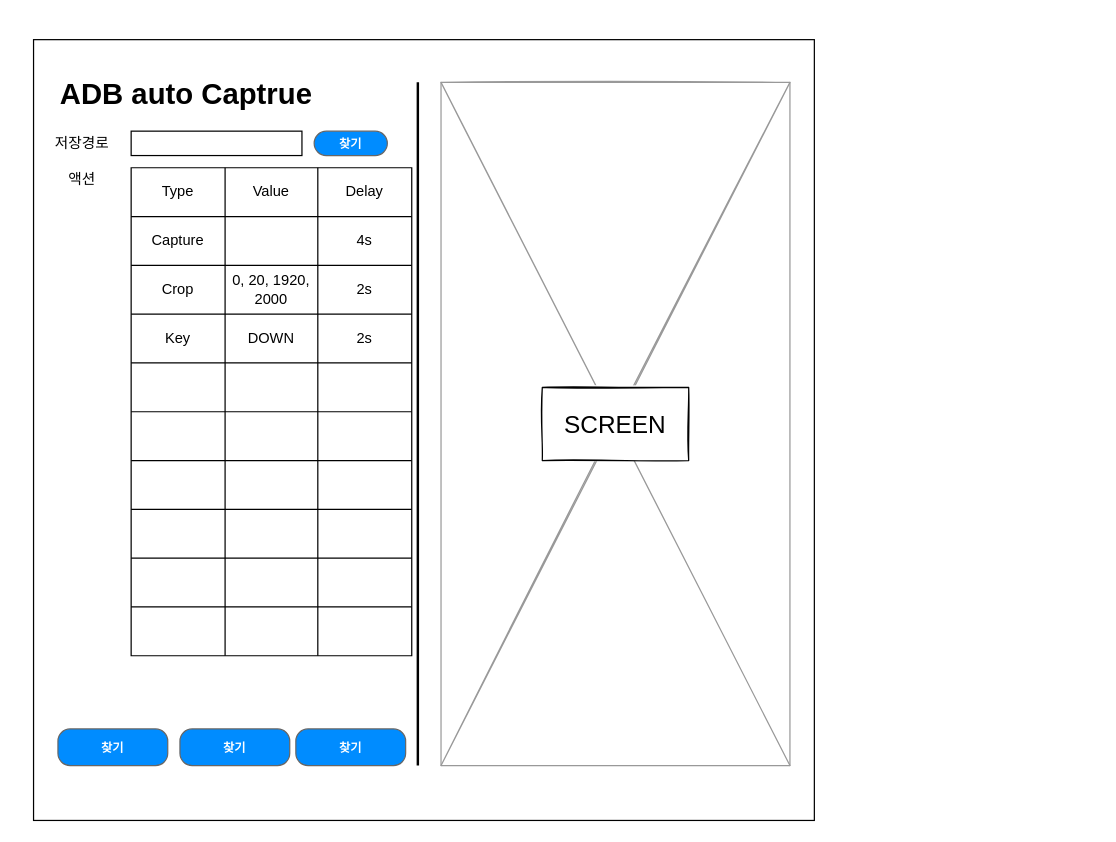
The draw.io diagram ui.drawio in gyuha/adb-capture, before the edit. Source tidied: cells renumbered, new cells numbered last; positions are measured from the earlier drawing's top-left corner, leaving out a move shared by most shapes. Both pictures are drawn from the tidied source at 122%, with x=0, y=0 at pixel (33, 39).
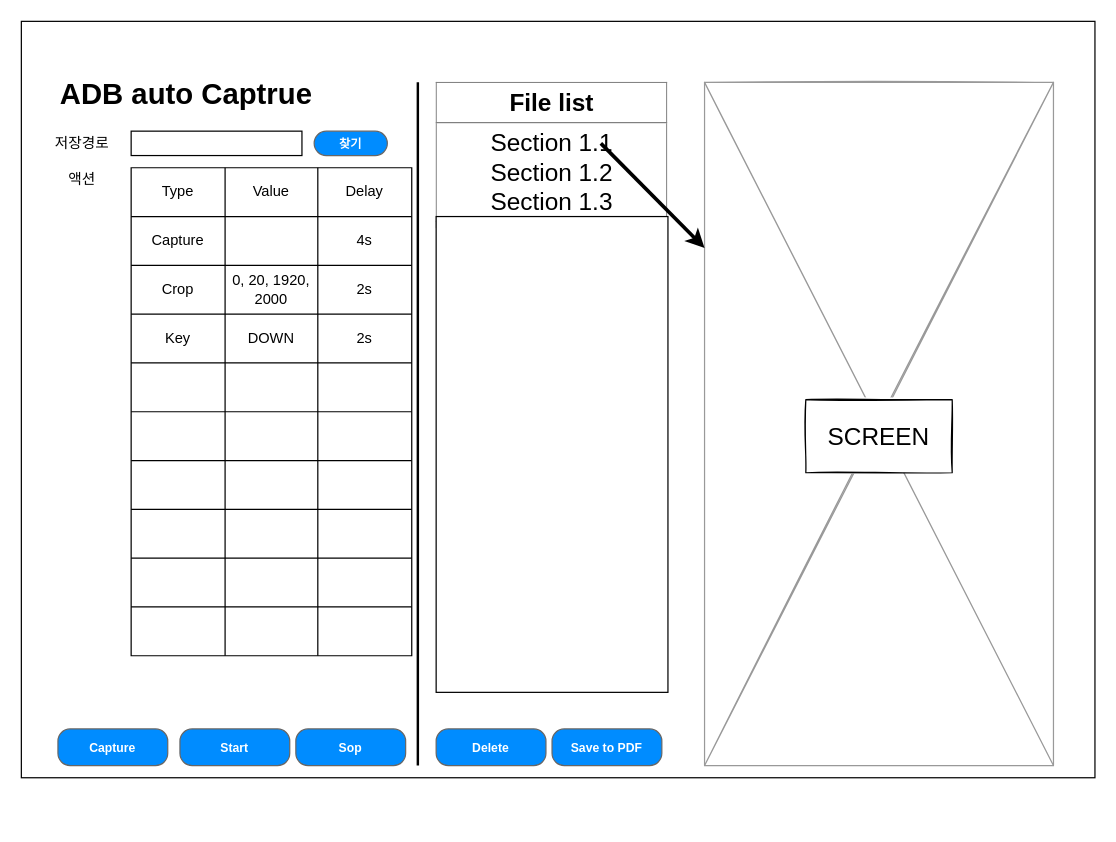
Above is the later version.

The edit, as a diff of the source:
```diff
@@
-    <mxCell id="2" style="whiteSpace=wrap;html=1;" parent="1" vertex="1">
-      <mxGeometry width="640" height="640" as="geometry" />
-    </mxCell>
+    <mxCell id="55" style="rounded=0;whiteSpace=wrap;html=1;shadow=0;sketch=0;strokeWidth=1;fontSize=20;align=center;" parent="1" vertex="1">
+      <mxGeometry x="-10" y="-15" width="880" height="620" as="geometry" />
+    </mxCell>
@@
-    <mxCell id="50" value="찾기" style="strokeWidth=1;shadow=0;dashed=0;align=center;html=1;shape=mxgraph.mockup.buttons.button;strokeColor=#666666;fontColor=#ffffff;mainText=;buttonStyle=round;fontSize=10;fontStyle=1;fillColor=#008cff;whiteSpace=wrap;flipH=0;flipV=0;" parent="1" vertex="1">
+    <mxCell id="50" value="Capture" style="strokeWidth=1;shadow=0;dashed=0;align=center;html=1;shape=mxgraph.mockup.buttons.button;strokeColor=#666666;fontColor=#ffffff;mainText=;buttonStyle=round;fontSize=10;fontStyle=1;fillColor=#008cff;whiteSpace=wrap;flipH=0;flipV=0;" parent="1" vertex="1">
       <mxGeometry x="20" y="565" width="90" height="30" as="geometry" />
     </mxCell>
-    <mxCell id="51" value="찾기" style="strokeWidth=1;shadow=0;dashed=0;align=center;html=1;shape=mxgraph.mockup.buttons.button;strokeColor=#666666;fontColor=#ffffff;mainText=;buttonStyle=round;fontSize=10;fontStyle=1;fillColor=#008cff;whiteSpace=wrap;" parent="1" vertex="1">
+    <mxCell id="51" value="Start" style="strokeWidth=1;shadow=0;dashed=0;align=center;html=1;shape=mxgraph.mockup.buttons.button;strokeColor=#666666;fontColor=#ffffff;mainText=;buttonStyle=round;fontSize=10;fontStyle=1;fillColor=#008cff;whiteSpace=wrap;" parent="1" vertex="1">
       <mxGeometry x="120" y="565" width="90" height="30" as="geometry" />
     </mxCell>
-    <mxCell id="52" value="찾기" style="strokeWidth=1;shadow=0;dashed=0;align=center;html=1;shape=mxgraph.mockup.buttons.button;strokeColor=#666666;fontColor=#ffffff;mainText=;buttonStyle=round;fontSize=10;fontStyle=1;fillColor=#008cff;whiteSpace=wrap;flipH=0;flipV=0;" parent="1" vertex="1">
+    <mxCell id="52" value="Sop" style="strokeWidth=1;shadow=0;dashed=0;align=center;html=1;shape=mxgraph.mockup.buttons.button;strokeColor=#666666;fontColor=#ffffff;mainText=;buttonStyle=round;fontSize=10;fontStyle=1;fillColor=#008cff;whiteSpace=wrap;flipH=0;flipV=0;" parent="1" vertex="1">
       <mxGeometry x="215" y="565" width="90" height="30" as="geometry" />
     </mxCell>
     <mxCell id="53" style="verticalLabelPosition=bottom;shadow=0;dashed=0;align=center;html=1;verticalAlign=top;strokeWidth=1;shape=mxgraph.mockup.graphics.simpleIcon;strokeColor=#999999;sketch=1;fontSize=10;" parent="1" vertex="1">
-      <mxGeometry x="334" y="35" width="286" height="560" as="geometry" />
+      <mxGeometry x="550" y="35" width="286" height="560" as="geometry" />
     </mxCell>
     <mxCell id="54" value="SCREEN" style="rounded=0;whiteSpace=wrap;html=1;shadow=0;sketch=1;strokeWidth=1;fontSize=20;align=center;" parent="1" vertex="1">
-      <mxGeometry x="417" y="285" width="120" height="60" as="geometry" />
+      <mxGeometry x="633" y="295" width="120" height="60" as="geometry" />
     </mxCell>
+    <mxCell id="56" value="&lt;table border=&quot;1&quot; width=&quot;100%&quot; cellpadding=&quot;4&quot; style=&quot;width: 100% ; height: 100% ; border-collapse: collapse&quot;&gt;&lt;tbody&gt;&lt;tr&gt;&lt;th align=&quot;center&quot;&gt;File list&lt;/th&gt;&lt;/tr&gt;&lt;tr&gt;&lt;td align=&quot;center&quot;&gt;Section 1.1&lt;br&gt;Section 1.2&lt;br&gt;Section 1.3&lt;/td&gt;&lt;/tr&gt;&lt;tr&gt;&lt;td align=&quot;center&quot;&gt;&lt;/td&gt;&lt;/tr&gt;&lt;/tbody&gt;&lt;/table&gt;" style="text;html=1;strokeColor=none;fillColor=none;overflow=fill;shadow=0;sketch=0;fontSize=20;align=center;imageVerticalAlign=top;imageAspect=0;" parent="1" vertex="1">
+      <mxGeometry x="330" y="35" width="190" height="120" as="geometry" />
+    </mxCell>
+    <mxCell id="57" value="Save to PDF" style="strokeWidth=1;shadow=0;dashed=0;align=center;html=1;shape=mxgraph.mockup.buttons.button;strokeColor=#666666;fontColor=#ffffff;mainText=;buttonStyle=round;fontSize=10;fontStyle=1;fillColor=#008cff;whiteSpace=wrap;flipH=0;flipV=0;" parent="1" vertex="1">
+      <mxGeometry x="425" y="565" width="90" height="30" as="geometry" />
+    </mxCell>
+    <mxCell id="58" value="Delete" style="strokeWidth=1;shadow=0;dashed=0;align=center;html=1;shape=mxgraph.mockup.buttons.button;strokeColor=#666666;fontColor=#ffffff;mainText=;buttonStyle=round;fontSize=10;fontStyle=1;fillColor=#008cff;whiteSpace=wrap;" parent="1" vertex="1">
+      <mxGeometry x="330" y="565" width="90" height="30" as="geometry" />
+    </mxCell>
+    <mxCell id="59" style="endArrow=classic;html=1;fontSize=20;strokeWidth=3;" parent="1" edge="1" target="53">
+      <mxGeometry relative="1" as="geometry">
+        <mxPoint x="465" y="85" as="sourcePoint" />
+      </mxGeometry>
+    </mxCell>
+    <mxCell id="60" style="rounded=0;whiteSpace=wrap;html=1;shadow=0;sketch=0;strokeWidth=1;fontSize=20;align=center;" parent="1" vertex="1">
+      <mxGeometry x="330" y="145" width="190" height="390" as="geometry" />
+    </mxCell>
```
